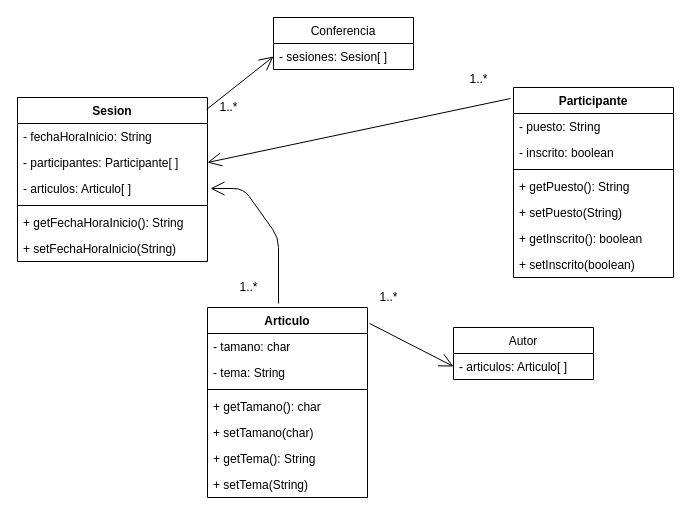
Above: uml/conferencia.drawio in javierpb275/lenguaje-marcas (draw.io), before the change. Source tidied: cells renumbered, new cells numbered last; positions are measured from the earlier drawing's top-left corner, leaving out a move shared by most shapes. Both pictures are drawn from the tidied source at 100%, with x=0, y=0 at pixel (17, 17).
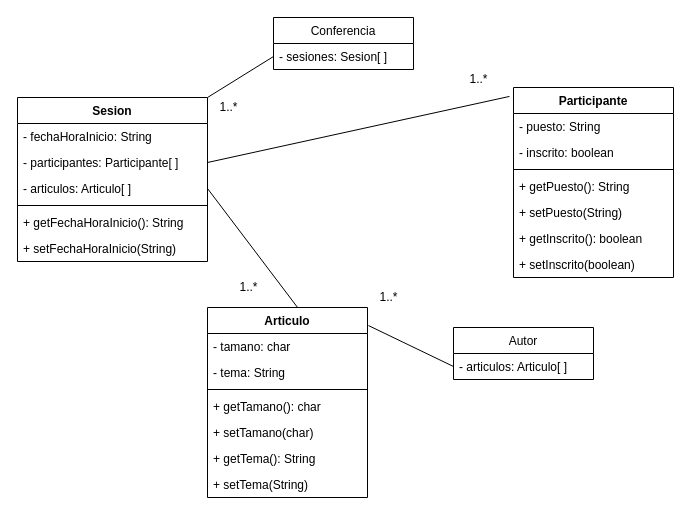
The same diagram, later.

The change refers to these unchanged cells:
```xml
<mxCell id="2" value="Sesion" style="swimlane;fontStyle=1;align=center;verticalAlign=top;horizontal=1;startSize=26;" parent="1" vertex="1">
  <mxGeometry y="80" width="190" height="164" as="geometry" />
</mxCell>
<mxCell id="4" value="- participantes: Participante[ ]" style="text;strokeColor=none;fillColor=none;align=left;verticalAlign=top;spacingLeft=4;spacingRight=4;overflow=hidden;points=[[0,0.5],[1,0.5]];portConstraint=eastwest;" parent="2" vertex="1">
  <mxGeometry y="52" width="190" height="26" as="geometry" />
</mxCell>
<mxCell id="5" value="- articulos: Articulo[ ]" style="text;strokeColor=none;fillColor=none;align=left;verticalAlign=top;spacingLeft=4;spacingRight=4;overflow=hidden;points=[[0,0.5],[1,0.5]];portConstraint=eastwest;" parent="2" vertex="1">
  <mxGeometry y="78" width="190" height="26" as="geometry" />
</mxCell>
<mxCell id="9" value="Participante" style="swimlane;fontStyle=1;align=center;verticalAlign=top;horizontal=1;startSize=26;" parent="1" vertex="1">
  <mxGeometry x="496" y="70" width="160" height="190" as="geometry" />
</mxCell>
<mxCell id="17" value="Articulo" style="swimlane;fontStyle=1;align=center;verticalAlign=top;horizontal=1;startSize=26;" parent="1" vertex="1">
  <mxGeometry x="190" y="290" width="160" height="190" as="geometry" />
</mxCell>
<mxCell id="26" value="- sesiones: Sesion[ ]" style="text;strokeColor=none;fillColor=none;align=left;verticalAlign=top;spacingLeft=4;spacingRight=4;overflow=hidden;points=[[0,0.5],[1,0.5]];portConstraint=eastwest;" parent="25" vertex="1">
  <mxGeometry y="26" width="140" height="26" as="geometry" />
</mxCell>
<mxCell id="28" value="- articulos: Articulo[ ]" style="text;strokeColor=none;fillColor=none;align=left;verticalAlign=top;spacingLeft=4;spacingRight=4;overflow=hidden;points=[[0,0.5],[1,0.5]];portConstraint=eastwest;" parent="27" vertex="1">
  <mxGeometry y="26" width="140" height="26" as="geometry" />
</mxCell>
```

Change to the diagram source:
```diff
@@
-    <mxCell id="29" style="endArrow=open;endFill=1;endSize=12;html=1;exitX=0.444;exitY=-0.021;exitDx=0;exitDy=0;exitPerimeter=0;" parent="1" edge="1" source="17">
-      <mxGeometry relative="1" as="geometry">
-        <mxPoint x="193" y="171" as="targetPoint" />
-        <Array as="points">
-          <mxPoint x="261" y="286" />
-          <mxPoint x="261" y="220" />
-          <mxPoint x="226" y="171" />
-        </Array>
-      </mxGeometry>
-    </mxCell>
-    <mxCell id="30" style="endArrow=open;endFill=1;endSize=12;html=1;exitX=-0.019;exitY=0.058;exitDx=0;exitDy=0;exitPerimeter=0;entryX=1;entryY=0.5;entryDx=0;entryDy=0;" parent="1" edge="1" source="9" target="4">
-      <mxGeometry relative="1" as="geometry" />
-    </mxCell>
-    <mxCell id="31" style="endArrow=open;endFill=1;endSize=12;html=1;exitX=1.013;exitY=0.084;exitDx=0;exitDy=0;exitPerimeter=0;entryX=0;entryY=0.5;entryDx=0;entryDy=0;" parent="1" edge="1" source="17" target="28">
-      <mxGeometry relative="1" as="geometry" />
-    </mxCell>
-    <mxCell id="32" style="endArrow=open;endFill=1;endSize=12;html=1;exitX=0.995;exitY=0.073;exitDx=0;exitDy=0;exitPerimeter=0;entryX=0;entryY=0.5;entryDx=0;entryDy=0;" parent="1" edge="1" source="2" target="26">
-      <mxGeometry relative="1" as="geometry" />
-    </mxCell>
@@
+    <mxCell id="32" style="endArrow=none;html=1;exitX=1;exitY=0;exitDx=0;exitDy=0;entryX=0;entryY=0.5;entryDx=0;entryDy=0;" parent="1" edge="1" source="2" target="26">
+      <mxGeometry relative="1" as="geometry" />
+    </mxCell>
+    <mxCell id="37" style="endArrow=none;html=1;exitX=1;exitY=0.5;exitDx=0;exitDy=0;entryX=-0.025;entryY=0.047;entryDx=0;entryDy=0;entryPerimeter=0;" parent="1" edge="1" source="4" target="9">
+      <mxGeometry relative="1" as="geometry" />
+    </mxCell>
+    <mxCell id="38" style="endArrow=none;html=1;entryX=1;entryY=0.5;entryDx=0;entryDy=0;exitX=0.563;exitY=0;exitDx=0;exitDy=0;exitPerimeter=0;" parent="1" edge="1" source="17" target="5">
+      <mxGeometry relative="1" as="geometry" />
+    </mxCell>
+    <mxCell id="31" style="endArrow=none;html=1;exitX=1.006;exitY=0.095;exitDx=0;exitDy=0;exitPerimeter=0;entryX=0;entryY=0.5;entryDx=0;entryDy=0;" parent="1" edge="1" source="17" target="28">
+      <mxGeometry relative="1" as="geometry" />
+    </mxCell>
```
